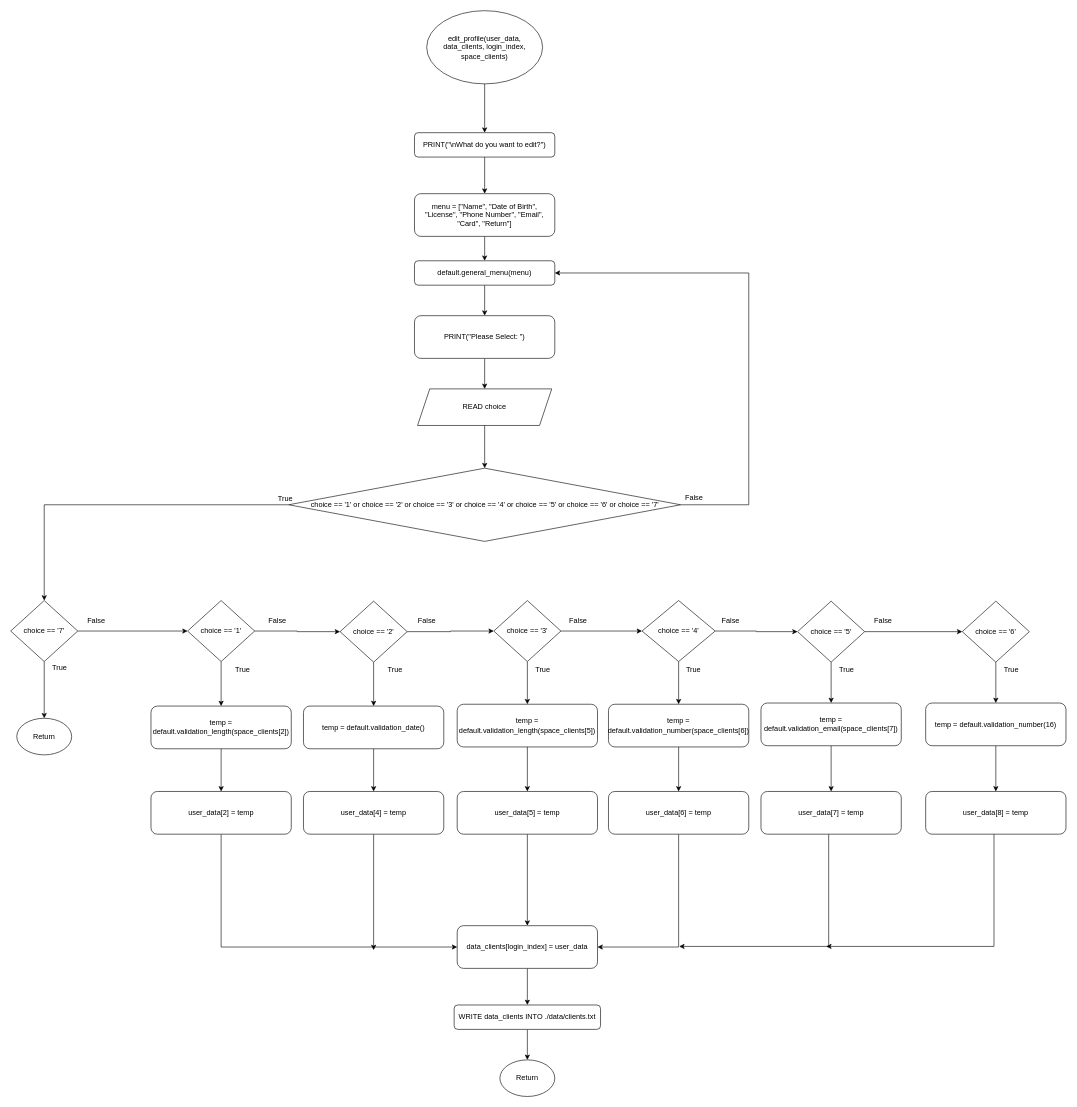
RabbitBear00/Car-Rental-System keeps this draw.io diagram as Flowchart/clients/edit_profile.drawio. Above is the earlier version. Source tidied: cells renumbered, new cells numbered last; positions are measured from the earlier drawing's top-left corner, leaving out a move shared by most shapes. Both pictures are drawn from the tidied source at 61%, with x=0, y=0 at pixel (10, 10).
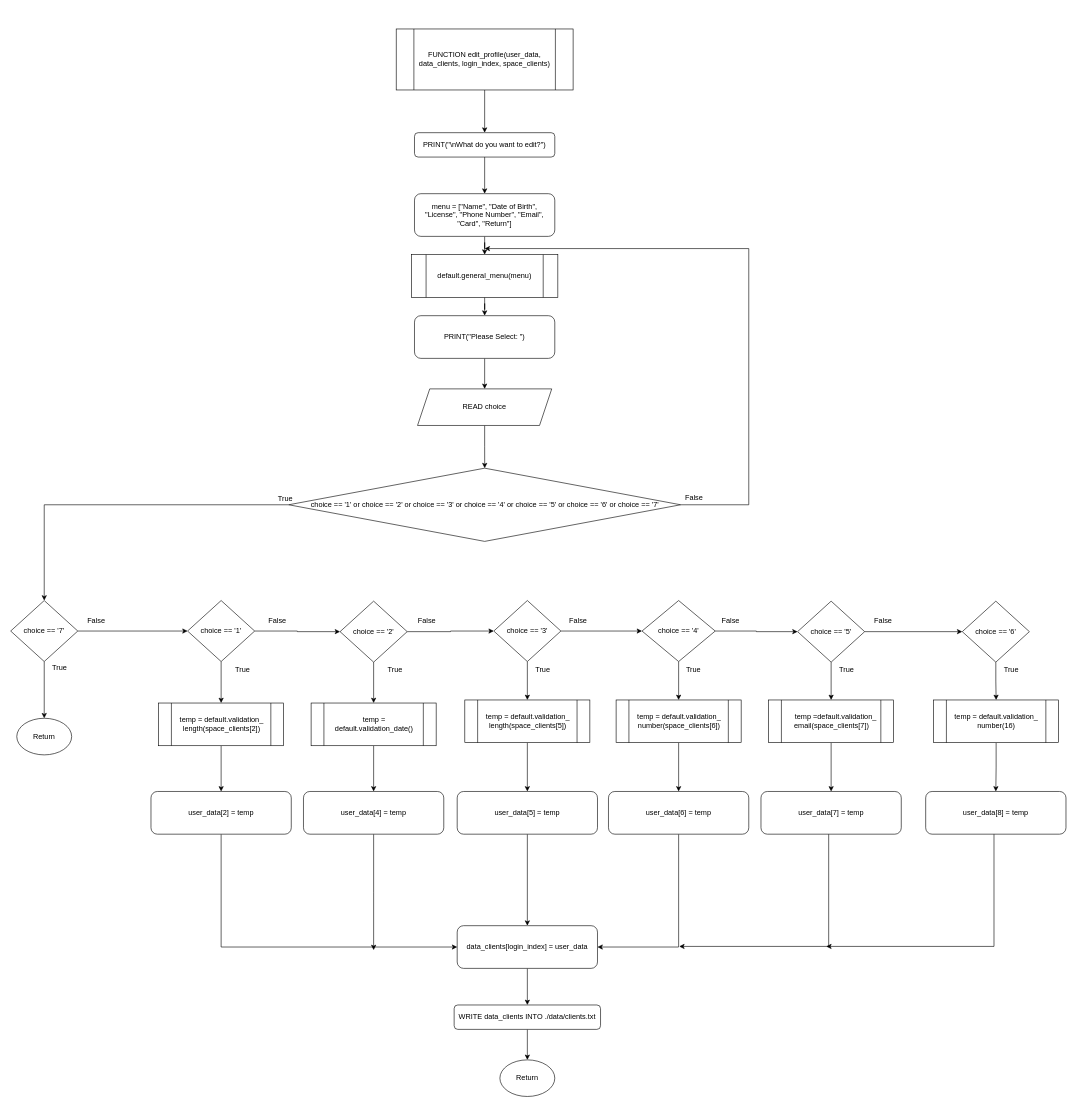
The same diagram, later.

Unchanged cells that the change refers to:
```xml
<mxCell id="5" value="PRINT(&quot;\nWhat do you want to edit?&quot;)" style="rounded=1;whiteSpace=wrap;html=1;" parent="1" vertex="1">
  <mxGeometry x="662" y="200" width="230" height="40" as="geometry" />
</mxCell>
<mxCell id="7" value="menu = [&quot;Name&quot;, &quot;Date of Birth&quot;, &quot;License&quot;, &quot;Phone Number&quot;, &quot;Email&quot;, &quot;Card&quot;, &quot;Return&quot;]" style="rounded=1;whiteSpace=wrap;html=1;" parent="1" vertex="1">
  <mxGeometry x="662" y="300" width="230" height="70" as="geometry" />
</mxCell>
<mxCell id="10" value="choice == '1' or choice == '2' or choice == '3' or choice == '4' or choice == '5' or choice == '6' or choice == '7'" style="rhombus;whiteSpace=wrap;html=1;" parent="1" vertex="1">
  <mxGeometry x="455.8" y="750" width="642.5" height="120" as="geometry" />
</mxCell>
<mxCell id="13" value="choice == '1'" style="rhombus;whiteSpace=wrap;html=1;" parent="1" vertex="1">
  <mxGeometry x="290" y="967" width="110" height="100" as="geometry" />
</mxCell>
<mxCell id="16" value="choice == '2'" style="rhombus;whiteSpace=wrap;html=1;" parent="1" vertex="1">
  <mxGeometry x="540" y="968" width="110" height="100" as="geometry" />
</mxCell>
<mxCell id="19" value="choice == '3'" style="rhombus;whiteSpace=wrap;html=1;" parent="1" vertex="1">
  <mxGeometry x="792" y="967" width="110" height="100" as="geometry" />
</mxCell>
<mxCell id="22" value="choice == '4'" style="rhombus;whiteSpace=wrap;html=1;" parent="1" vertex="1">
  <mxGeometry x="1035" y="967" width="120" height="100" as="geometry" />
</mxCell>
<mxCell id="25" value="choice == '5'" style="rhombus;whiteSpace=wrap;html=1;" parent="1" vertex="1">
  <mxGeometry x="1290" y="968" width="110" height="100" as="geometry" />
</mxCell>
<mxCell id="27" value="choice == '6'" style="rhombus;whiteSpace=wrap;html=1;" parent="1" vertex="1">
  <mxGeometry x="1560" y="968" width="110" height="100" as="geometry" />
</mxCell>
<mxCell id="45" value="user_data[2] = temp" style="rounded=1;whiteSpace=wrap;html=1;" parent="1" vertex="1">
  <mxGeometry x="230" y="1280" width="230" height="70" as="geometry" />
</mxCell>
<mxCell id="47" value="user_data[4] = temp" style="rounded=1;whiteSpace=wrap;html=1;" parent="1" vertex="1">
  <mxGeometry x="480" y="1280" width="230" height="70" as="geometry" />
</mxCell>
<mxCell id="49" value="user_data[5] = temp" style="rounded=1;whiteSpace=wrap;html=1;" parent="1" vertex="1">
  <mxGeometry x="732" y="1280" width="230" height="70" as="geometry" />
</mxCell>
<mxCell id="51" value="user_data[6] = temp" style="rounded=1;whiteSpace=wrap;html=1;" parent="1" vertex="1">
  <mxGeometry x="980" y="1280" width="230" height="70" as="geometry" />
</mxCell>
<mxCell id="53" value="user_data[7] = temp" style="rounded=1;whiteSpace=wrap;html=1;" parent="1" vertex="1">
  <mxGeometry x="1230" y="1280" width="230" height="70" as="geometry" />
</mxCell>
<mxCell id="55" value="user_data[8] = temp" style="rounded=1;whiteSpace=wrap;html=1;" parent="1" vertex="1">
  <mxGeometry x="1500" y="1280" width="230" height="70" as="geometry" />
</mxCell>
<mxCell id="57" value="PRINT(&quot;Please Select: &quot;)" style="rounded=1;whiteSpace=wrap;html=1;" parent="1" vertex="1">
  <mxGeometry x="662" y="500" width="230" height="70" as="geometry" />
</mxCell>
```

The edit, as a diff of the source:
```diff
@@
-    <mxCell id="2" style="edgeStyle=orthogonalEdgeStyle;rounded=0;jettySize=auto;html=1;" parent="1" edge="1" source="3" target="5">
-      <mxGeometry relative="1" as="geometry" />
-    </mxCell>
-    <mxCell id="3" value="edit_profile(user_data, data_clients, login_index, space_clients)" style="ellipse;whiteSpace=wrap;html=1;" parent="1" vertex="1">
-      <mxGeometry x="682" width="190" height="120" as="geometry" />
-    </mxCell>
@@
-    <mxCell id="6" style="edgeStyle=orthogonalEdgeStyle;rounded=0;jettySize=auto;html=1;" parent="1" edge="1" source="7" target="62">
+    <mxCell id="6" style="edgeStyle=orthogonalEdgeStyle;rounded=0;jettySize=auto;html=1;endFill=1;" parent="1" edge="1" source="7" target="62">
       <mxGeometry relative="1" as="geometry" />
     </mxCell>
@@
-    <mxCell id="9" style="edgeStyle=orthogonalEdgeStyle;rounded=0;jettySize=auto;html=1;entryX=1;entryY=0.5;entryDx=0;entryDy=0;" parent="1" edge="1" source="10" target="62">
+    <mxCell id="9" style="edgeStyle=orthogonalEdgeStyle;rounded=0;jettySize=auto;html=1;" parent="1" edge="1" source="10">
       <mxGeometry relative="1" as="geometry">
+        <mxPoint x="777" y="390" as="targetPoint" />
         <Array as="points">
           <mxPoint x="1210" y="810" />
-          <mxPoint x="1210" y="430" />
+          <mxPoint x="1210" y="390" />
         </Array>
       </mxGeometry>
     </mxCell>
@@
-    <mxCell id="12" style="edgeStyle=orthogonalEdgeStyle;rounded=0;jettySize=auto;html=1;" parent="1" edge="1" source="13" target="33">
-      <mxGeometry relative="1" as="geometry" />
-    </mxCell>
+    <mxCell id="83" style="edgeStyle=orthogonalEdgeStyle;rounded=0;jettySize=auto;html=1;endFill=1;" parent="1" edge="1" source="13" target="91">
+      <mxGeometry relative="1" as="geometry" />
+    </mxCell>
@@
-    <mxCell id="15" style="edgeStyle=orthogonalEdgeStyle;rounded=0;jettySize=auto;html=1;" parent="1" edge="1" source="16" target="35">
+    <mxCell id="15" style="edgeStyle=orthogonalEdgeStyle;rounded=0;jettySize=auto;html=1;endFill=1;" parent="1" edge="1" source="16" target="35">
       <mxGeometry relative="1" as="geometry" />
     </mxCell>
@@
-    <mxCell id="18" style="edgeStyle=orthogonalEdgeStyle;rounded=0;jettySize=auto;html=1;" parent="1" edge="1" source="19" target="37">
-      <mxGeometry relative="1" as="geometry" />
-    </mxCell>
+    <mxCell id="84" style="edgeStyle=orthogonalEdgeStyle;rounded=0;jettySize=auto;html=1;endFill=1;" parent="1" edge="1" source="19" target="93">
+      <mxGeometry relative="1" as="geometry" />
+    </mxCell>
@@
-    <mxCell id="21" style="edgeStyle=orthogonalEdgeStyle;rounded=0;jettySize=auto;html=1;" parent="1" edge="1" source="22" target="39">
-      <mxGeometry relative="1" as="geometry" />
-    </mxCell>
+    <mxCell id="85" style="edgeStyle=orthogonalEdgeStyle;rounded=0;jettySize=auto;html=1;endFill=1;" parent="1" edge="1" source="22" target="95">
+      <mxGeometry relative="1" as="geometry" />
+    </mxCell>
@@
-    <mxCell id="24" style="edgeStyle=orthogonalEdgeStyle;rounded=0;jettySize=auto;html=1;" parent="1" edge="1" source="25" target="41">
-      <mxGeometry relative="1" as="geometry" />
-    </mxCell>
+    <mxCell id="86" style="edgeStyle=orthogonalEdgeStyle;rounded=0;jettySize=auto;html=1;endFill=1;" parent="1" edge="1" source="25" target="97">
+      <mxGeometry relative="1" as="geometry" />
+    </mxCell>
@@
-    <mxCell id="26" style="edgeStyle=orthogonalEdgeStyle;rounded=0;jettySize=auto;html=1;" parent="1" edge="1" source="27" target="43">
-      <mxGeometry relative="1" as="geometry" />
-    </mxCell>
+    <mxCell id="87" style="edgeStyle=orthogonalEdgeStyle;rounded=0;jettySize=auto;html=1;endFill=1;" parent="1" edge="1" source="27" target="99">
+      <mxGeometry relative="1" as="geometry" />
+    </mxCell>
@@
-    <mxCell id="32" style="edgeStyle=orthogonalEdgeStyle;rounded=0;jettySize=auto;html=1;" parent="1" edge="1" source="33" target="45">
-      <mxGeometry relative="1" as="geometry" />
-    </mxCell>
-    <mxCell id="33" value="temp = default.validation_length(space_clients[2])" style="rounded=1;whiteSpace=wrap;html=1;" parent="1" vertex="1">
-      <mxGeometry x="230" y="1140" width="230" height="70" as="geometry" />
-    </mxCell>
-    <mxCell id="34" style="edgeStyle=orthogonalEdgeStyle;rounded=0;jettySize=auto;html=1;" parent="1" edge="1" source="35" target="47">
-      <mxGeometry relative="1" as="geometry" />
-    </mxCell>
-    <mxCell id="35" value="temp = default.validation_date()" style="rounded=1;whiteSpace=wrap;html=1;" parent="1" vertex="1">
-      <mxGeometry x="480" y="1140" width="230" height="70" as="geometry" />
-    </mxCell>
-    <mxCell id="36" style="edgeStyle=orthogonalEdgeStyle;rounded=0;jettySize=auto;html=1;" parent="1" edge="1" source="37" target="49">
-      <mxGeometry relative="1" as="geometry" />
-    </mxCell>
-    <mxCell id="37" value="temp = default.validation_length(space_clients[5])" style="rounded=1;whiteSpace=wrap;html=1;" parent="1" vertex="1">
-      <mxGeometry x="732" y="1137" width="230" height="70" as="geometry" />
-    </mxCell>
-    <mxCell id="38" style="edgeStyle=orthogonalEdgeStyle;rounded=0;jettySize=auto;html=1;" parent="1" edge="1" source="39" target="51">
-      <mxGeometry relative="1" as="geometry" />
-    </mxCell>
-    <mxCell id="39" value="temp = default.validation_number(space_clients[6])" style="rounded=1;whiteSpace=wrap;html=1;" parent="1" vertex="1">
-      <mxGeometry x="980" y="1137" width="230" height="70" as="geometry" />
-    </mxCell>
-    <mxCell id="40" style="edgeStyle=orthogonalEdgeStyle;rounded=0;jettySize=auto;html=1;" parent="1" edge="1" source="41" target="53">
-      <mxGeometry relative="1" as="geometry" />
-    </mxCell>
-    <mxCell id="41" value="temp = default.validation_email(space_clients[7])" style="rounded=1;whiteSpace=wrap;html=1;" parent="1" vertex="1">
-      <mxGeometry x="1230" y="1135" width="230" height="70" as="geometry" />
-    </mxCell>
-    <mxCell id="42" style="edgeStyle=orthogonalEdgeStyle;rounded=0;jettySize=auto;html=1;" parent="1" edge="1" source="43" target="55">
-      <mxGeometry relative="1" as="geometry" />
-    </mxCell>
-    <mxCell id="43" value="temp = default.validation_number(16)" style="rounded=1;whiteSpace=wrap;html=1;" parent="1" vertex="1">
-      <mxGeometry x="1500" y="1135" width="230" height="70" as="geometry" />
-    </mxCell>
@@
-    <mxCell id="61" style="edgeStyle=orthogonalEdgeStyle;rounded=0;jettySize=auto;html=1;" parent="1" edge="1" source="62" target="57">
-      <mxGeometry relative="1" as="geometry" />
-    </mxCell>
-    <mxCell id="62" value="default.general_menu(menu)" style="rounded=1;whiteSpace=wrap;html=1;" parent="1" vertex="1">
-      <mxGeometry x="662" y="410" width="230" height="40" as="geometry" />
-    </mxCell>
@@
+    <mxCell id="88" style="edgeStyle=orthogonalEdgeStyle;rounded=0;jettySize=auto;html=1;endFill=1;" parent="1" edge="1" source="89" target="5">
+      <mxGeometry relative="1" as="geometry" />
+    </mxCell>
+    <mxCell id="89" value="FUNCTION edit_profile(user_data, data_clients, login_index, space_clients)" style="shape=process;whiteSpace=wrap;html=1;backgroundOutline=1;" parent="1" vertex="1">
+      <mxGeometry x="632" y="30" width="290" height="100" as="geometry" />
+    </mxCell>
+    <mxCell id="90" style="edgeStyle=orthogonalEdgeStyle;rounded=0;jettySize=auto;html=1;endFill=1;" parent="1" edge="1" source="91" target="45">
+      <mxGeometry relative="1" as="geometry" />
+    </mxCell>
+    <mxCell id="91" value="temp = default.validation_ length(space_clients[2])" style="shape=process;whiteSpace=wrap;html=1;backgroundOutline=1;" parent="1" vertex="1">
+      <mxGeometry x="242.5" y="1135" width="205" height="70" as="geometry" />
+    </mxCell>
+    <mxCell id="34" style="edgeStyle=orthogonalEdgeStyle;rounded=0;jettySize=auto;html=1;endFill=1;" parent="1" edge="1" source="35" target="47">
+      <mxGeometry relative="1" as="geometry" />
+    </mxCell>
+    <mxCell id="35" value="temp = default.validation_date()" style="shape=process;whiteSpace=wrap;html=1;backgroundOutline=1;" parent="1" vertex="1">
+      <mxGeometry x="492.5" y="1135" width="205" height="70" as="geometry" />
+    </mxCell>
+    <mxCell id="92" style="edgeStyle=orthogonalEdgeStyle;rounded=0;jettySize=auto;html=1;endFill=1;" parent="1" edge="1" source="93" target="49">
+      <mxGeometry relative="1" as="geometry" />
+    </mxCell>
+    <mxCell id="93" value="temp = default.validation_ length(space_clients[5])" style="shape=process;whiteSpace=wrap;html=1;backgroundOutline=1;" parent="1" vertex="1">
+      <mxGeometry x="744.5" y="1130" width="205" height="70" as="geometry" />
+    </mxCell>
+    <mxCell id="94" style="edgeStyle=orthogonalEdgeStyle;rounded=0;jettySize=auto;html=1;endFill=1;" parent="1" edge="1" source="95" target="51">
+      <mxGeometry relative="1" as="geometry" />
+    </mxCell>
+    <mxCell id="95" value="temp = default.validation_ number(space_clients[6])" style="shape=process;whiteSpace=wrap;html=1;backgroundOutline=1;" parent="1" vertex="1">
+      <mxGeometry x="992.5" y="1130" width="205" height="70" as="geometry" />
+    </mxCell>
+    <mxCell id="96" style="edgeStyle=orthogonalEdgeStyle;rounded=0;jettySize=auto;html=1;endFill=1;" parent="1" edge="1" source="97" target="53">
+      <mxGeometry relative="1" as="geometry" />
+    </mxCell>
+    <mxCell id="97" value="&lt;div&gt;&amp;nbsp; &amp;nbsp; temp =default.validation_ email(space_clients[7])&lt;/div&gt;" style="shape=process;whiteSpace=wrap;html=1;backgroundOutline=1;" parent="1" vertex="1">
+      <mxGeometry x="1242.5" y="1130" width="205" height="70" as="geometry" />
+    </mxCell>
+    <mxCell id="98" style="edgeStyle=orthogonalEdgeStyle;rounded=0;jettySize=auto;html=1;endFill=1;" parent="1" edge="1" source="99" target="55">
+      <mxGeometry relative="1" as="geometry" />
+    </mxCell>
+    <mxCell id="99" value="temp = default.validation_ number(16)" style="shape=process;whiteSpace=wrap;html=1;backgroundOutline=1;" parent="1" vertex="1">
+      <mxGeometry x="1513" y="1130" width="205" height="70" as="geometry" />
+    </mxCell>
+    <mxCell id="61" style="edgeStyle=orthogonalEdgeStyle;rounded=0;jettySize=auto;html=1;endFill=1;" parent="1" edge="1" source="62" target="57">
+      <mxGeometry relative="1" as="geometry" />
+    </mxCell>
+    <mxCell id="62" value="default.general_menu(menu)" style="shape=process;whiteSpace=wrap;html=1;backgroundOutline=1;" parent="1" vertex="1">
+      <mxGeometry x="657" y="400" width="240" height="70" as="geometry" />
+    </mxCell>
```
